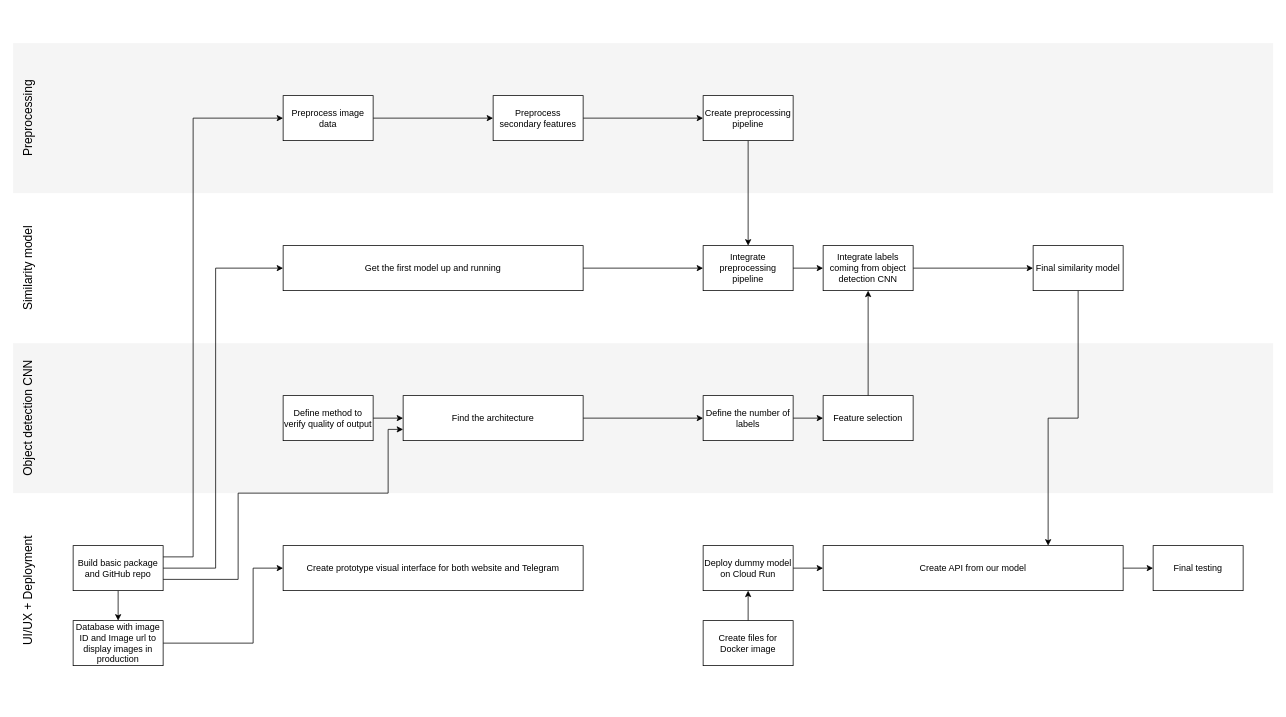
This is Project Flowchart.drawio from seve-26/vincentvanbot, a draw.io file, before an edit. Source tidied: cells renumbered, new cells numbered last; positions are measured from the earlier drawing's top-left corner, leaving out a move shared by most shapes. Both pictures are drawn from the tidied source at 75%, with x=0, y=0 at pixel (-70, 43).
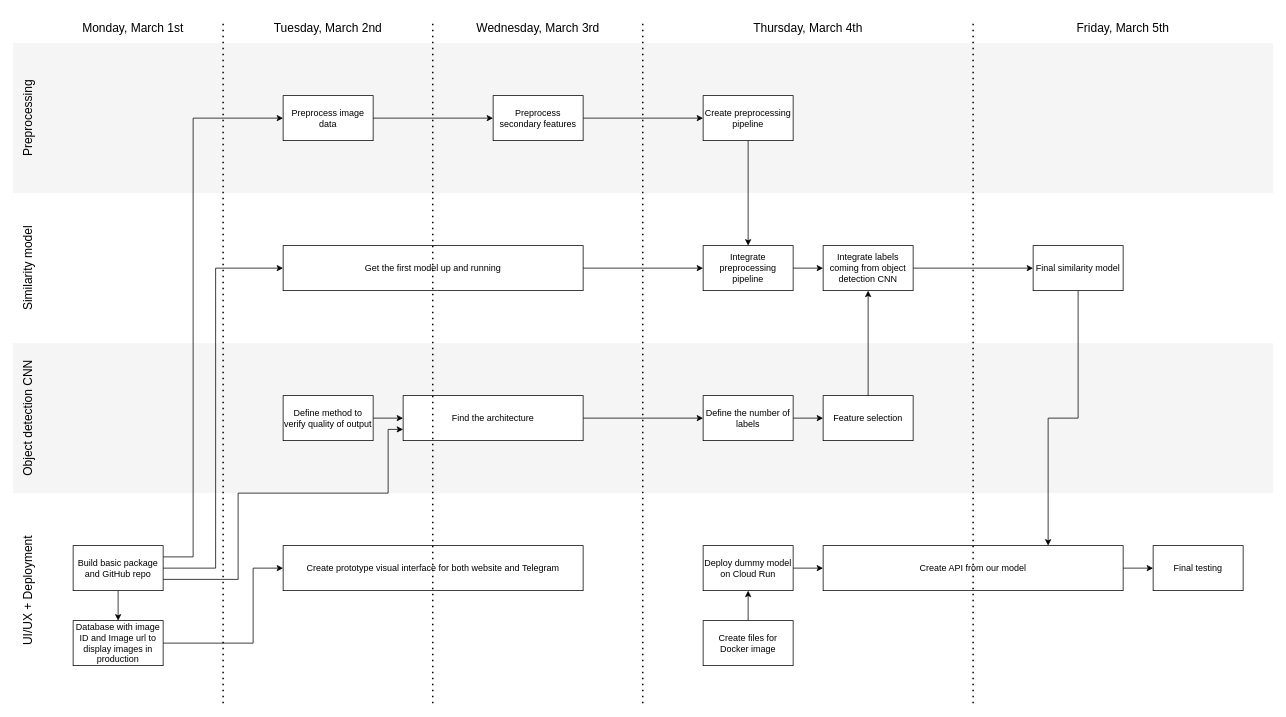
Above is the later version.

Commit message:
Added initial deadlines to flowchart

The edit, as a diff of the source:
```diff
@@
+    <mxCell id="47" value="Tuesday, March 2nd" style="text;html=1;strokeColor=none;fillColor=none;align=center;verticalAlign=middle;whiteSpace=wrap;rounded=0;rotation=0;fontSize=16;" parent="1" vertex="1">
+      <mxGeometry x="390" y="-40" width="280" height="40" as="geometry" />
+    </mxCell>
+    <mxCell id="48" value="Monday, March 1st" style="text;html=1;strokeColor=none;fillColor=none;align=center;verticalAlign=middle;whiteSpace=wrap;rounded=0;rotation=0;fontSize=16;" parent="1" vertex="1">
+      <mxGeometry x="150" y="-40" width="240" height="40" as="geometry" />
+    </mxCell>
+    <mxCell id="49" value="Wednesday, March 3rd" style="text;html=1;strokeColor=none;fillColor=none;align=center;verticalAlign=middle;whiteSpace=wrap;rounded=0;rotation=0;fontSize=16;" parent="1" vertex="1">
+      <mxGeometry x="670" y="-40" width="280" height="40" as="geometry" />
+    </mxCell>
+    <mxCell id="50" value="Thursday, March 4th" style="text;html=1;strokeColor=none;fillColor=none;align=center;verticalAlign=middle;whiteSpace=wrap;rounded=0;rotation=0;fontSize=16;" parent="1" vertex="1">
+      <mxGeometry x="950" y="-40" width="440" height="40" as="geometry" />
+    </mxCell>
+    <mxCell id="51" value="Friday, March 5th" style="text;html=1;strokeColor=none;fillColor=none;align=center;verticalAlign=middle;whiteSpace=wrap;rounded=0;rotation=0;fontSize=16;" parent="1" vertex="1">
+      <mxGeometry x="1390" y="-40" width="400" height="40" as="geometry" />
+    </mxCell>
+    <mxCell id="52" style="endArrow=none;dashed=1;html=1;dashPattern=1 3;strokeWidth=2;fontSize=16;entryX=1;entryY=0.25;entryDx=0;entryDy=0;" parent="1" edge="1" target="48">
+      <mxGeometry relative="1" as="geometry">
+        <mxPoint x="390" y="880" as="sourcePoint" />
+      </mxGeometry>
+    </mxCell>
+    <mxCell id="53" style="endArrow=none;dashed=1;html=1;dashPattern=1 3;strokeWidth=2;fontSize=16;entryX=1;entryY=0.25;entryDx=0;entryDy=0;" parent="1" edge="1">
+      <mxGeometry relative="1" as="geometry">
+        <mxPoint x="669.5" y="880" as="sourcePoint" />
+        <mxPoint x="669.5" y="-30" as="targetPoint" />
+      </mxGeometry>
+    </mxCell>
+    <mxCell id="54" style="endArrow=none;dashed=1;html=1;dashPattern=1 3;strokeWidth=2;fontSize=16;entryX=1;entryY=0.25;entryDx=0;entryDy=0;" parent="1" edge="1">
+      <mxGeometry relative="1" as="geometry">
+        <mxPoint x="949.5" y="880" as="sourcePoint" />
+        <mxPoint x="949.5" y="-30" as="targetPoint" />
+      </mxGeometry>
+    </mxCell>
+    <mxCell id="55" style="endArrow=none;dashed=1;html=1;dashPattern=1 3;strokeWidth=2;fontSize=16;entryX=1;entryY=0.25;entryDx=0;entryDy=0;" parent="1" edge="1">
+      <mxGeometry relative="1" as="geometry">
+        <mxPoint x="1390" y="880" as="sourcePoint" />
+        <mxPoint x="1390" y="-30" as="targetPoint" />
+      </mxGeometry>
+    </mxCell>
```
